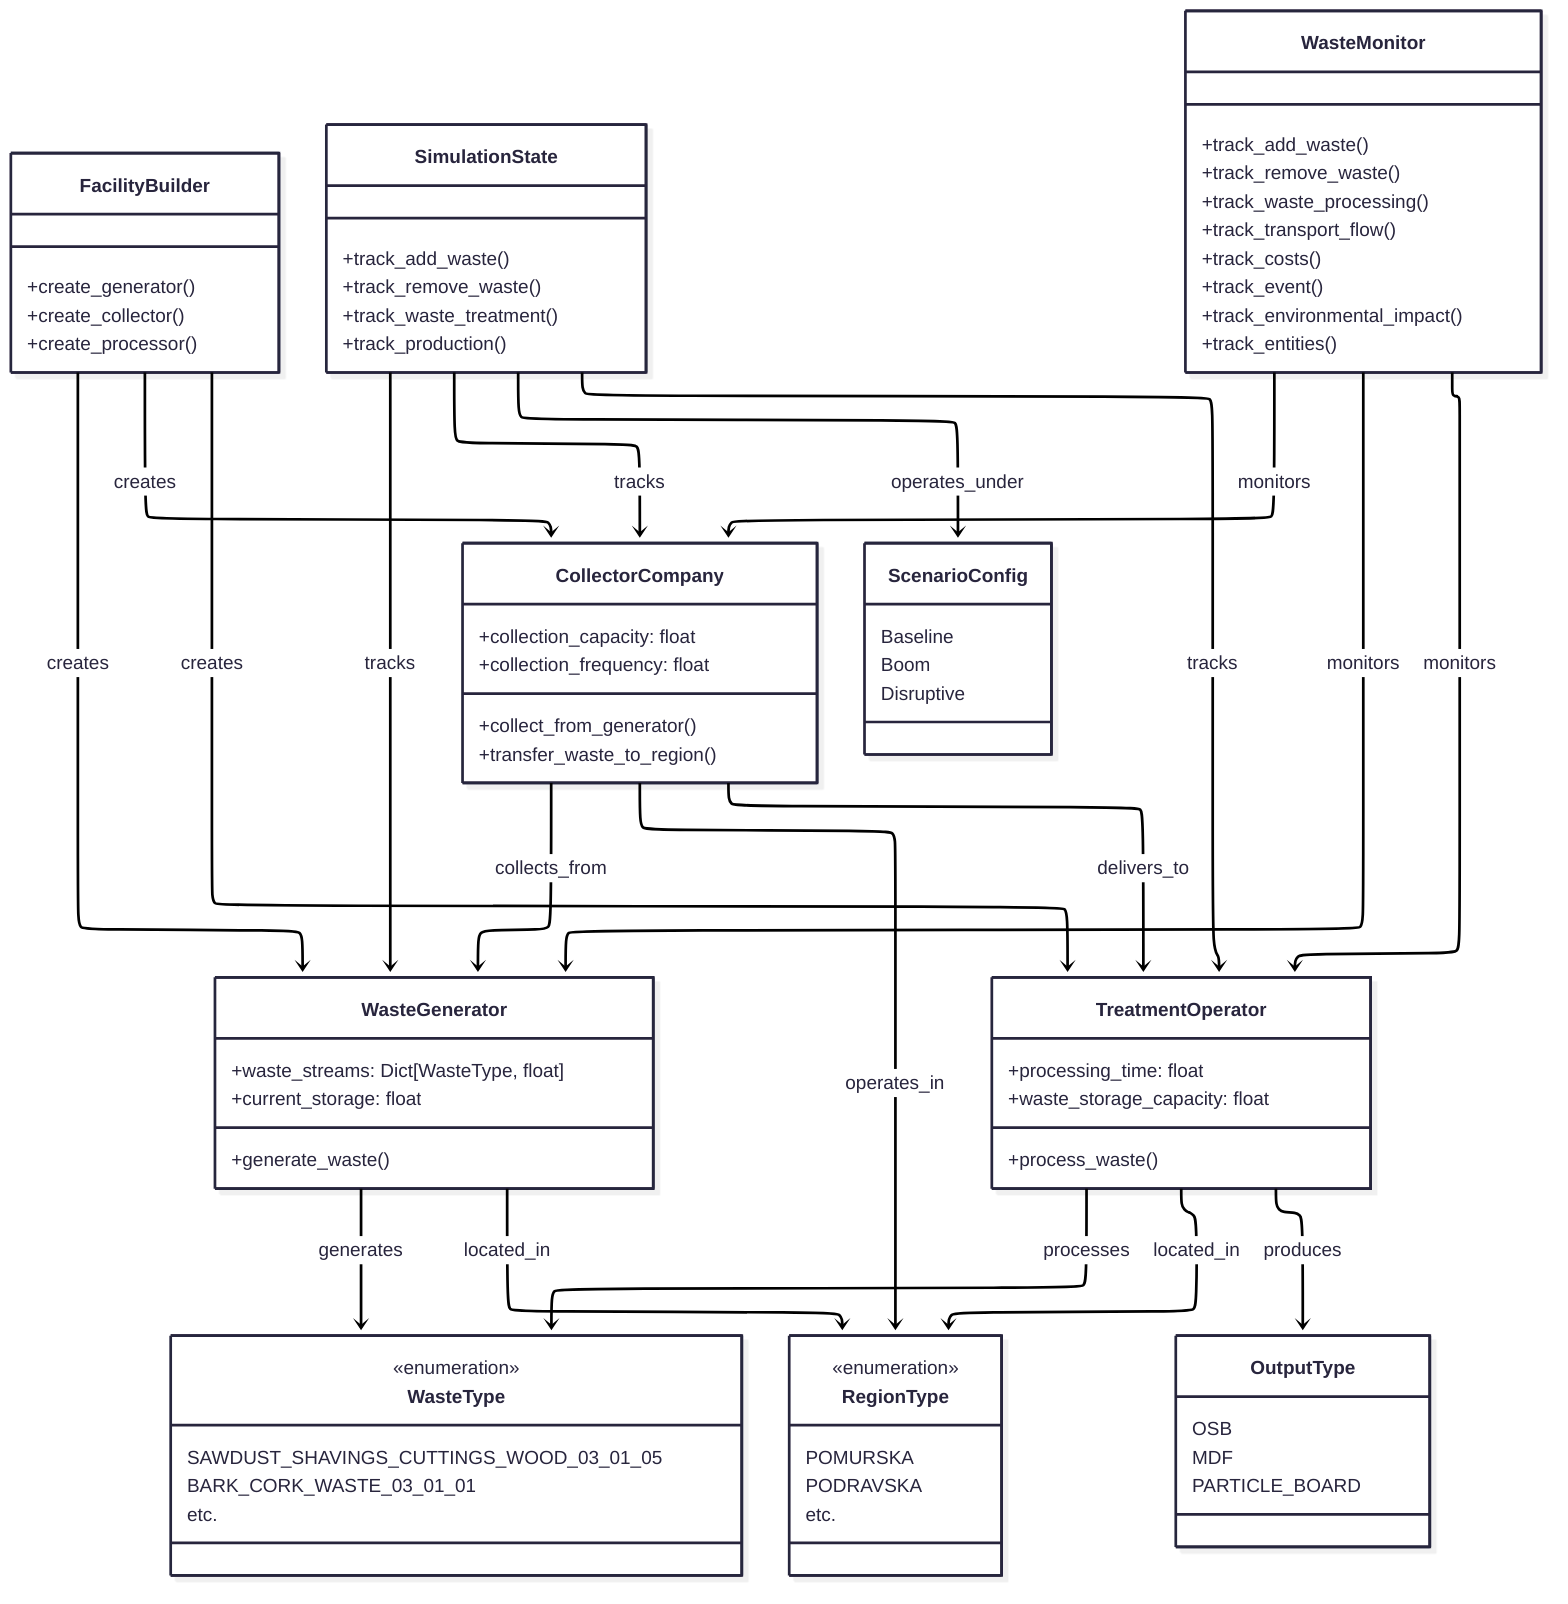
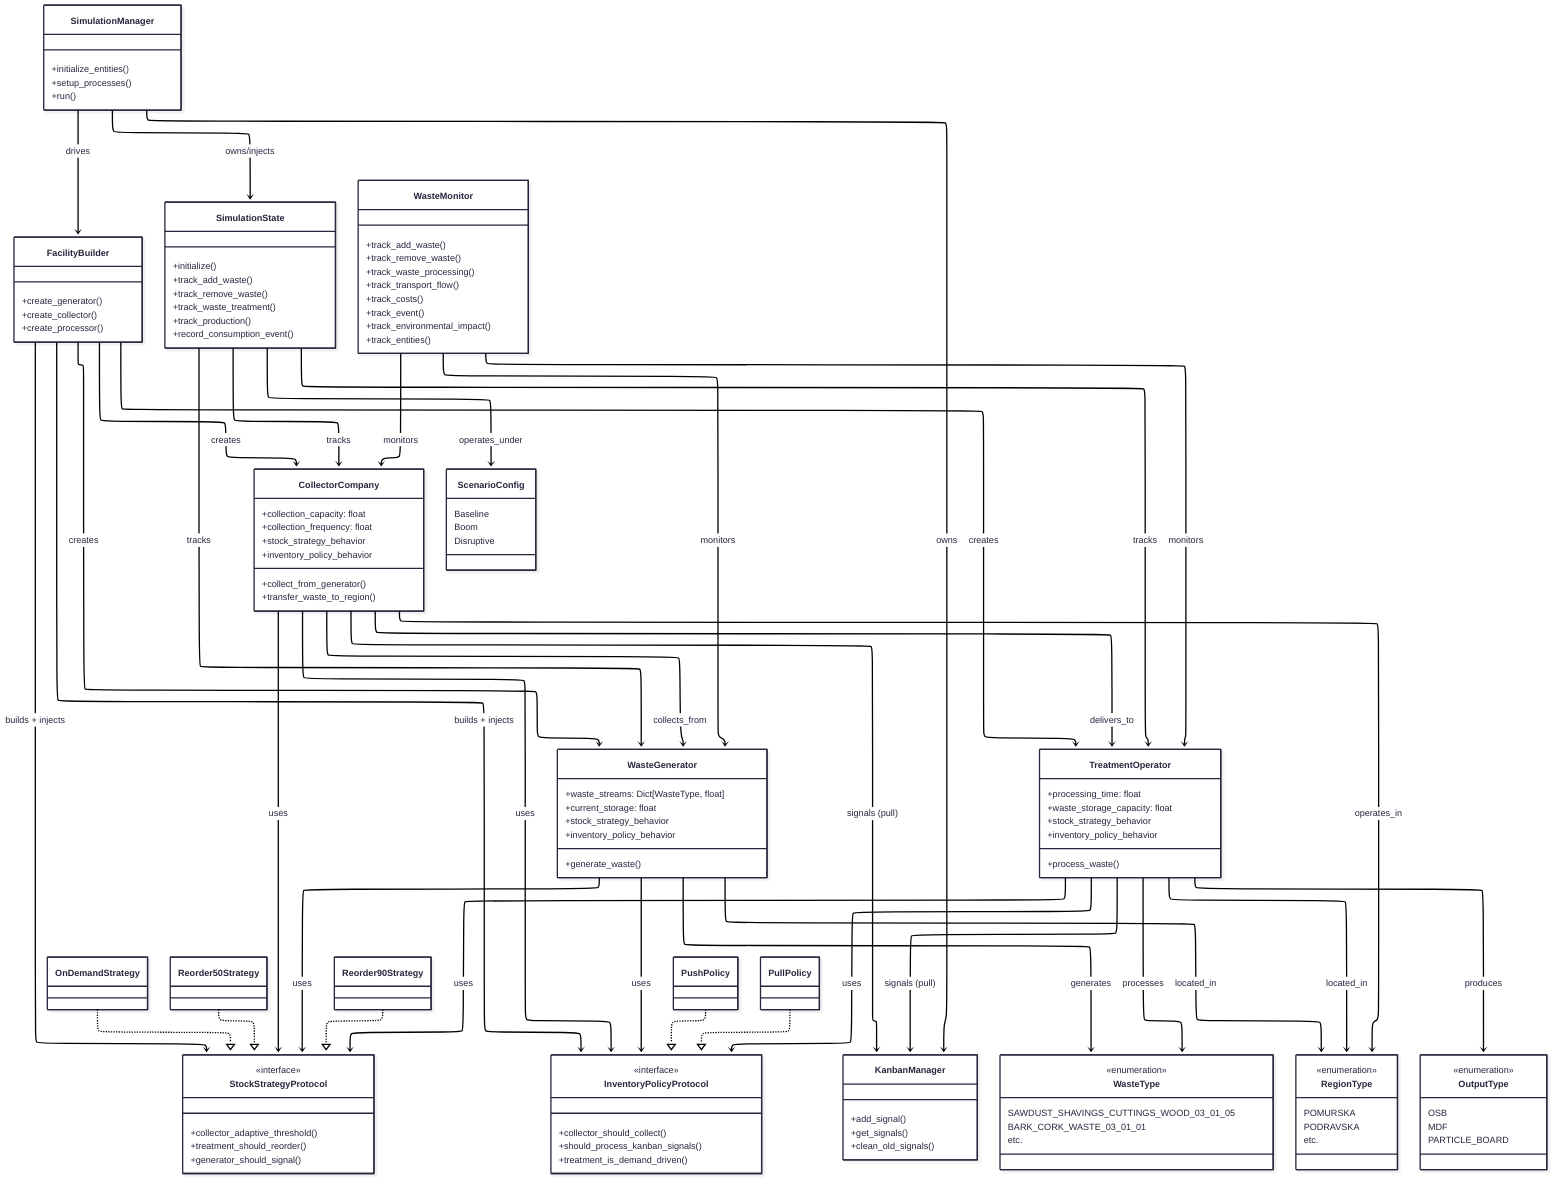
---
config:
  theme: redux
  look: neo
  layout: elk
---
classDiagram
direction TB
+     class SimulationManager {
+ 	    +initialize_entities()
+ 	    +setup_processes()
+ 	    +run()
+     }
    class FacilityBuilder {
	    +create_generator()
	    +create_collector()
	    +create_processor()
    }
    class WasteGenerator {
	    +waste_streams: Dict[WasteType, float]
	    +current_storage: float
+ 	    +stock_strategy_behavior
+ 	    +inventory_policy_behavior
	    +generate_waste()
    }
    class CollectorCompany {
	    +collection_capacity: float
	    +collection_frequency: float
+ 	    +stock_strategy_behavior
+ 	    +inventory_policy_behavior
	    +collect_from_generator()
	    +transfer_waste_to_region()
    }
    class TreatmentOperator {
	    +processing_time: float
	    +waste_storage_capacity: float
+ 	    +stock_strategy_behavior
+ 	    +inventory_policy_behavior
	    +process_waste()
+     }
+     class StockStrategyProtocol {
+ 	    +collector_adaptive_threshold()
+ 	    +treatment_should_reorder()
+ 	    +generator_should_signal()
+     }
+     class InventoryPolicyProtocol {
+ 	    +collector_should_collect()
+ 	    +should_process_kanban_signals()
+ 	    +treatment_is_demand_driven()
+     }
+     class KanbanManager {
+ 	    +add_signal()
+ 	    +get_signals()
+ 	    +clean_old_signals()
    }
    class WasteType {
	    SAWDUST_SHAVINGS_CUTTINGS_WOOD_03_01_05
	    BARK_CORK_WASTE_03_01_01
	    etc.
    }
    class RegionType {
	    POMURSKA
	    PODRAVSKA
	    etc.
    }
    class OutputType {
	    OSB
	    MDF
	    PARTICLE_BOARD
    }
    class SimulationState {
+ 	    +initialize()
	    +track_add_waste()
	    +track_remove_waste()
      +track_waste_treatment()
      +track_production()
+       +record_consumption_event()
    }
    class WasteMonitor {
      +track_add_waste()
      +track_remove_waste()
      +track_waste_processing()
	    +track_transport_flow()
      +track_costs()
	    +track_event()
      +track_environmental_impact()
	    +track_entities()
    }
    class ScenarioConfig {
	    Baseline
	    Boom
	    Disruptive
    }

	<<enumeration>> WasteType
	<<enumeration>> RegionType
+ 	<<enumeration>> OutputType
+ 	<<interface>> StockStrategyProtocol
+ 	<<interface>> InventoryPolicyProtocol

+ 	OnDemandStrategy ..|> StockStrategyProtocol
+ 	Reorder50Strategy ..|> StockStrategyProtocol
+ 	Reorder90Strategy ..|> StockStrategyProtocol
+ 	PushPolicy ..|> InventoryPolicyProtocol
+ 	PullPolicy ..|> InventoryPolicyProtocol
+ 
+     SimulationManager --> SimulationState : owns/injects
+     SimulationManager --> FacilityBuilder : drives
+     SimulationManager --> KanbanManager : owns
    FacilityBuilder --> WasteGenerator : creates
    FacilityBuilder --> CollectorCompany : creates
    FacilityBuilder --> TreatmentOperator : creates
+     FacilityBuilder --> StockStrategyProtocol : builds + injects
+     FacilityBuilder --> InventoryPolicyProtocol : builds + injects
    WasteGenerator --> WasteType : generates
    WasteGenerator --> RegionType : located_in
+     WasteGenerator --> StockStrategyProtocol : uses
+     WasteGenerator --> InventoryPolicyProtocol : uses
    CollectorCompany --> WasteGenerator : collects_from
    CollectorCompany --> TreatmentOperator : delivers_to
    CollectorCompany --> RegionType : operates_in
+     CollectorCompany --> StockStrategyProtocol : uses
+     CollectorCompany --> InventoryPolicyProtocol : uses
    TreatmentOperator --> WasteType : processes
    TreatmentOperator --> OutputType : produces
    TreatmentOperator --> RegionType : located_in
+     TreatmentOperator --> StockStrategyProtocol : uses
+     TreatmentOperator --> InventoryPolicyProtocol : uses
+     TreatmentOperator --> KanbanManager : signals (pull)
+     CollectorCompany --> KanbanManager : signals (pull)
    SimulationState --> WasteGenerator : tracks
    SimulationState --> CollectorCompany : tracks
    SimulationState --> TreatmentOperator : tracks
    SimulationState --> ScenarioConfig : operates_under
    WasteMonitor --> WasteGenerator : monitors
    WasteMonitor --> CollectorCompany : monitors
    WasteMonitor --> TreatmentOperator : monitors
